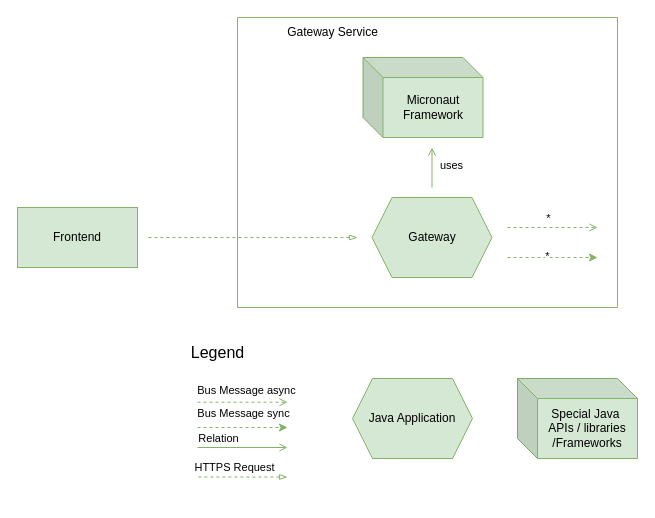
This is documentation/src/C4/Layer2/gateway_service.drawio from joel-muller/hslu-swda, a draw.io file, before an edit. Source tidied: cells renumbered, new cells numbered last; positions are measured from the earlier drawing's top-left corner, leaving out a move shared by most shapes. Both pictures are drawn from the tidied source at 100%, with x=0, y=0 at pixel (17, 17).
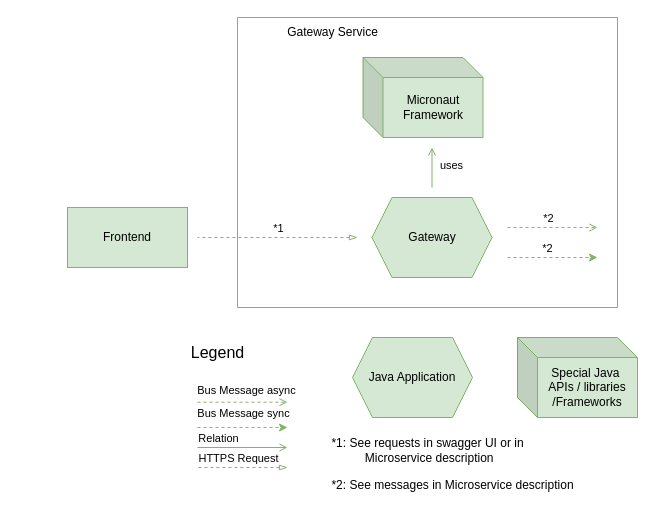
The same page after the edit.

Commit message:
update gateway diagram add disclaimers for messages

The change refers to these unchanged cells:
```xml
<mxCell id="8" style="rounded=0;orthogonalLoop=1;jettySize=auto;html=1;dashed=1;endArrow=open;endFill=0;fillColor=#d5e8d4;strokeColor=#82b366;exitX=1;exitY=0.25;exitDx=0;exitDy=0;" parent="2" edge="1">
  <mxGeometry relative="1" as="geometry">
    <mxPoint x="270" y="210" as="sourcePoint" />
    <mxPoint x="360" y="210" as="targetPoint" />
  </mxGeometry>
</mxCell>
<mxCell id="10" style="rounded=0;orthogonalLoop=1;jettySize=auto;html=1;dashed=1;endArrow=classic;endFill=1;fillColor=#d5e8d4;strokeColor=#82b366;exitX=1;exitY=0.25;exitDx=0;exitDy=0;" parent="2" edge="1">
  <mxGeometry relative="1" as="geometry">
    <mxPoint x="270" y="240" as="sourcePoint" />
    <mxPoint x="360" y="240" as="targetPoint" />
  </mxGeometry>
</mxCell>
```

What changed in the source:
```diff
@@
-    <mxCell id="9" value="*" style="edgeLabel;html=1;align=center;verticalAlign=middle;" parent="8" vertex="1">
+    <mxCell id="9" value="*2" style="edgeLabel;html=1;align=center;verticalAlign=middle;" parent="8" vertex="1">
       <mxGeometry x="-0.17" y="-1" relative="1" as="geometry">
         <mxPoint x="3" y="-11" as="offset" />
       </mxGeometry>
     </mxCell>
@@
-    <mxCell id="11" value="*" style="edgeLabel;html=1;align=center;verticalAlign=middle;" parent="10" vertex="1">
-      <mxGeometry x="-0.13" y="2" relative="1" as="geometry" />
+    <mxCell id="11" value="*2" style="edgeLabel;html=1;align=center;verticalAlign=middle;" parent="10" vertex="1">
+      <mxGeometry x="-0.13" y="2" relative="1" as="geometry">
+        <mxPoint y="-8" as="offset" />
+      </mxGeometry>
     </mxCell>
@@
     <mxCell id="14" value="Java Application" style="shape=hexagon;perimeter=hexagonPerimeter2;whiteSpace=wrap;html=1;fixedSize=1;fillColor=#d5e8d4;strokeColor=#82b366;" parent="1" vertex="1">
-      <mxGeometry x="335" y="361" width="120" height="80" as="geometry" />
+      <mxGeometry x="335" y="320" width="120" height="80" as="geometry" />
     </mxCell>
@@
     <mxCell id="18" value="Special Java&amp;nbsp; APIs / libraries /Frameworks" style="shape=cube;whiteSpace=wrap;html=1;boundedLbl=1;backgroundOutline=1;darkOpacity=0.05;darkOpacity2=0.1;fillColor=#d5e8d4;strokeColor=#82b366;" parent="1" vertex="1">
-      <mxGeometry x="500" y="361" width="120" height="80" as="geometry" />
+      <mxGeometry x="500" y="320" width="120" height="80" as="geometry" />
     </mxCell>
     <mxCell id="19" style="endArrow=none;html=1;rounded=0;fillColor=#d5e8d4;strokeColor=#82b366;startArrow=blockThin;startFill=0;endFill=0;dashed=1;" parent="1" edge="1">
       <mxGeometry relative="1" as="geometry">
-        <mxPoint x="270" y="459.5" as="sourcePoint" />
-        <mxPoint x="180" y="459.5" as="targetPoint" />
+        <mxPoint x="270" y="450" as="sourcePoint" />
+        <mxPoint x="180" y="450" as="targetPoint" />
       </mxGeometry>
     </mxCell>
     <mxCell id="20" value="HTTPS Request" style="edgeLabel;html=1;align=center;verticalAlign=middle;" parent="19" vertex="1">
       <mxGeometry x="0.08" y="-2" relative="1" as="geometry">
-        <mxPoint x="-5" y="-8" as="offset" />
+        <mxPoint x="-1" y="-8" as="offset" />
       </mxGeometry>
     </mxCell>
     <mxCell id="21" value="Frontend" style="rounded=0;whiteSpace=wrap;html=1;fillColor=#d5e8d4;strokeColor=#82b366;" parent="1" vertex="1">
-      <mxGeometry y="190" width="120" height="60" as="geometry" />
+      <mxGeometry x="50" y="190" width="120" height="60" as="geometry" />
     </mxCell>
     <mxCell id="22" style="endArrow=none;html=1;rounded=0;fillColor=#d5e8d4;strokeColor=#82b366;startArrow=blockThin;startFill=0;endFill=0;dashed=1;" parent="1" edge="1">
       <mxGeometry relative="1" as="geometry">
         <mxPoint x="340" y="220" as="sourcePoint" />
-        <mxPoint x="130" y="220" as="targetPoint" />
+        <mxPoint x="180" y="220" as="targetPoint" />
       </mxGeometry>
     </mxCell>
+    <mxCell id="25" value="*1" style="edgeLabel;html=1;align=center;verticalAlign=middle;" parent="22" vertex="1">
+      <mxGeometry x="-0.13" y="-1" relative="1" as="geometry">
+        <mxPoint x="-10" y="-9" as="offset" />
+      </mxGeometry>
+    </mxCell>
@@
+    <mxCell id="26" value="*1: See requests in swagger UI or in&lt;br&gt;&amp;nbsp;Microservice description" style="text;html=1;align=center;verticalAlign=middle;strokeColor=none;fillColor=none;" parent="1" vertex="1">
+      <mxGeometry x="300" y="413" width="220" height="40" as="geometry" />
+    </mxCell>
+    <mxCell id="27" value="*2: See messages in Microservice description" style="text;html=1;align=center;verticalAlign=middle;strokeColor=none;fillColor=none;" parent="1" vertex="1">
+      <mxGeometry x="300" y="453" width="270" height="30" as="geometry" />
+    </mxCell>
```
